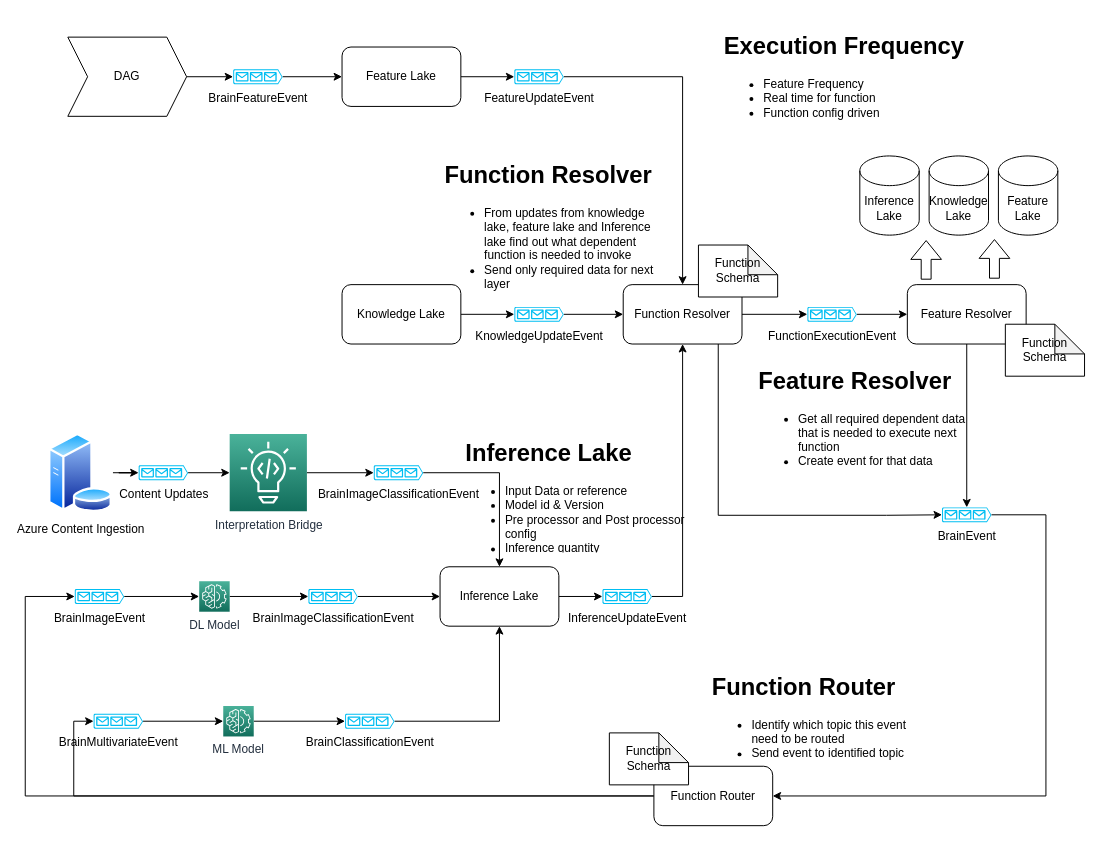
The draw.io diagram page "Inference Lake" (8 of 9) of docs/diagram/ml.drawio in brain-os/brain-proto, before the edit. Source tidied: cells renumbered, new cells numbered last; positions are measured from the earlier drawing's top-left corner, leaving out a move shared by most shapes. Both pictures are drawn from the tidied source at 99%, with x=0, y=0 at pixel (25, 27).
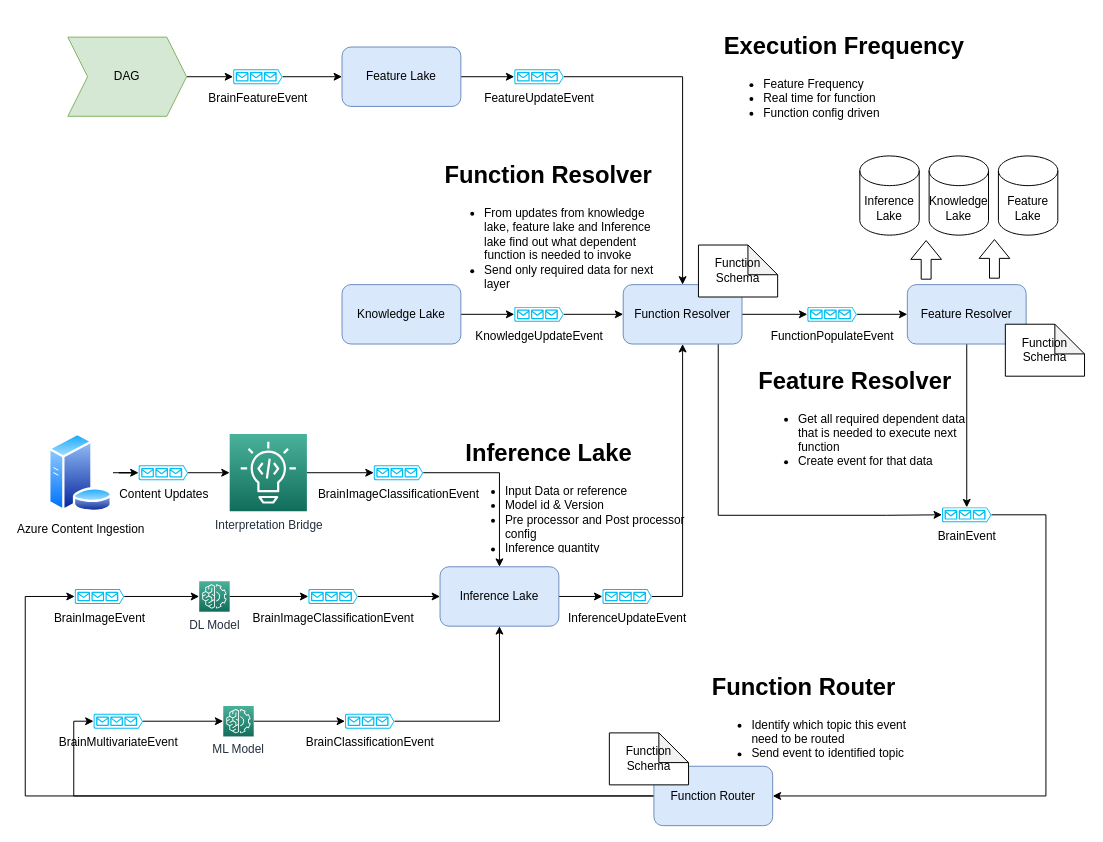
The same diagram, later.

Change to the diagram source:
```diff
@@
-    <mxCell id="3" value="&lt;font color=&quot;#000000&quot;&gt;DAG&lt;/font&gt;" style="shape=step;perimeter=stepPerimeter;whiteSpace=wrap;html=1;fixedSize=1;fontColor=#CCE5FF;" parent="1" vertex="1">
+    <mxCell id="3" value="&lt;font color=&quot;#000000&quot;&gt;DAG&lt;/font&gt;" style="shape=step;perimeter=stepPerimeter;whiteSpace=wrap;html=1;fixedSize=1;fillColor=#d5e8d4;strokeColor=#82b366;" parent="1" vertex="1">
       <mxGeometry x="43" y="10" width="120" height="80" as="geometry" />
     </mxCell>
@@
-    <mxCell id="13" value="Feature Lake" style="rounded=1;whiteSpace=wrap;html=1;fontColor=#000000;" parent="1" vertex="1">
+    <mxCell id="13" value="Feature Lake" style="rounded=1;whiteSpace=wrap;html=1;fillColor=#dae8fc;strokeColor=#6c8ebf;" parent="1" vertex="1">
       <mxGeometry x="320" y="20" width="120" height="60" as="geometry" />
     </mxCell>
@@
-    <mxCell id="15" value="Inference Lake" style="rounded=1;whiteSpace=wrap;html=1;fontColor=#000000;" parent="1" vertex="1">
+    <mxCell id="15" value="Inference Lake" style="rounded=1;whiteSpace=wrap;html=1;fillColor=#dae8fc;strokeColor=#6c8ebf;" parent="1" vertex="1">
       <mxGeometry x="419" y="545" width="120" height="60" as="geometry" />
     </mxCell>
@@
-    <mxCell id="19" value="Function Resolver" style="rounded=1;whiteSpace=wrap;html=1;fontColor=#000000;" parent="1" vertex="1">
+    <mxCell id="19" value="Function Resolver" style="rounded=1;whiteSpace=wrap;html=1;fillColor=#dae8fc;strokeColor=#6c8ebf;" parent="1" vertex="1">
       <mxGeometry x="604" y="260" width="120" height="60" as="geometry" />
     </mxCell>
@@
-    <mxCell id="21" value="Knowledge Lake" style="rounded=1;whiteSpace=wrap;html=1;fontColor=#000000;" parent="1" vertex="1">
+    <mxCell id="21" value="Knowledge Lake" style="rounded=1;whiteSpace=wrap;html=1;fillColor=#dae8fc;strokeColor=#6c8ebf;" parent="1" vertex="1">
       <mxGeometry x="320" y="260" width="120" height="60" as="geometry" />
     </mxCell>
@@
-    <mxCell id="29" value="Feature Resolver" style="rounded=1;whiteSpace=wrap;html=1;fontColor=#000000;" parent="1" vertex="1">
+    <mxCell id="29" value="Feature Resolver" style="rounded=1;whiteSpace=wrap;html=1;fillColor=#dae8fc;strokeColor=#6c8ebf;" parent="1" vertex="1">
       <mxGeometry x="891" y="260" width="120" height="60" as="geometry" />
     </mxCell>
@@
-    <mxCell id="31" value="FunctionExecutionEvent" style="verticalLabelPosition=bottom;html=1;verticalAlign=top;align=center;strokeColor=none;fillColor=#00BEF2;shape=mxgraph.azure.queue_generic;" parent="1" vertex="1">
+    <mxCell id="31" value="FunctionPopulateEvent" style="verticalLabelPosition=bottom;html=1;verticalAlign=top;align=center;strokeColor=none;fillColor=#00BEF2;shape=mxgraph.azure.queue_generic;" parent="1" vertex="1">
       <mxGeometry x="790" y="282.5" width="50" height="15" as="geometry" />
     </mxCell>
@@
-    <mxCell id="40" value="Function Router" style="rounded=1;whiteSpace=wrap;html=1;fontColor=#000000;" parent="1" vertex="1">
+    <mxCell id="40" value="Function Router" style="rounded=1;whiteSpace=wrap;html=1;fillColor=#dae8fc;strokeColor=#6c8ebf;" parent="1" vertex="1">
       <mxGeometry x="635" y="746.5" width="120" height="60" as="geometry" />
     </mxCell>
```
